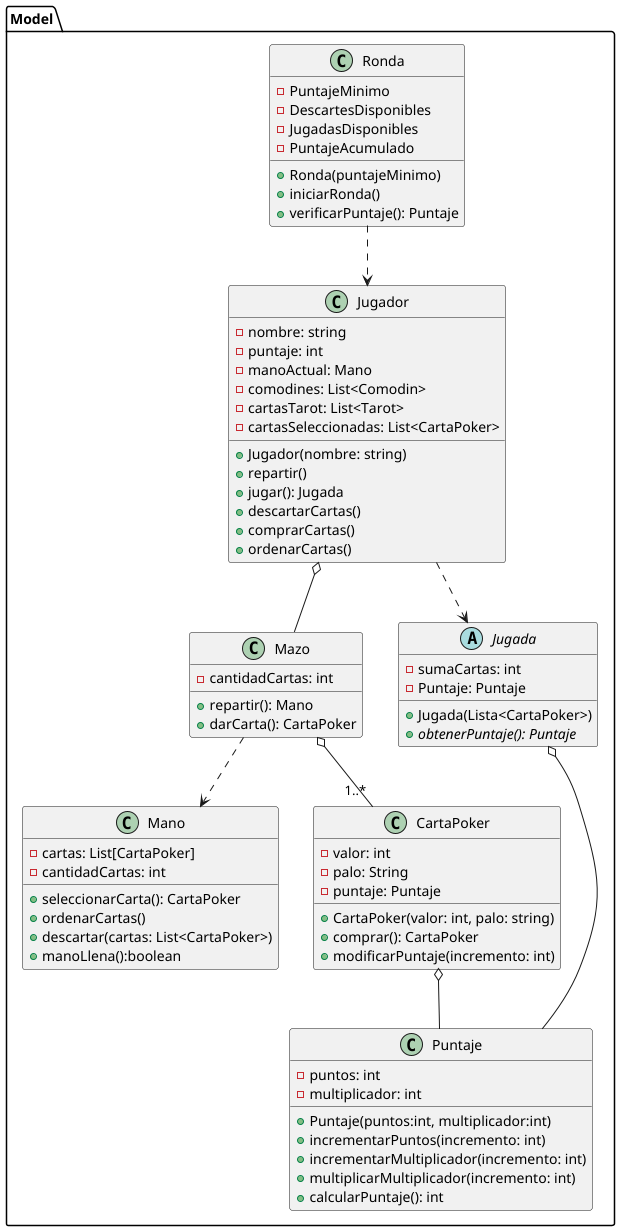
carruizdiaz1109/UBAlatro keeps this PlantUML diagram as diagrams/classes/clasesBalatro2.png. Above is the earlier version.
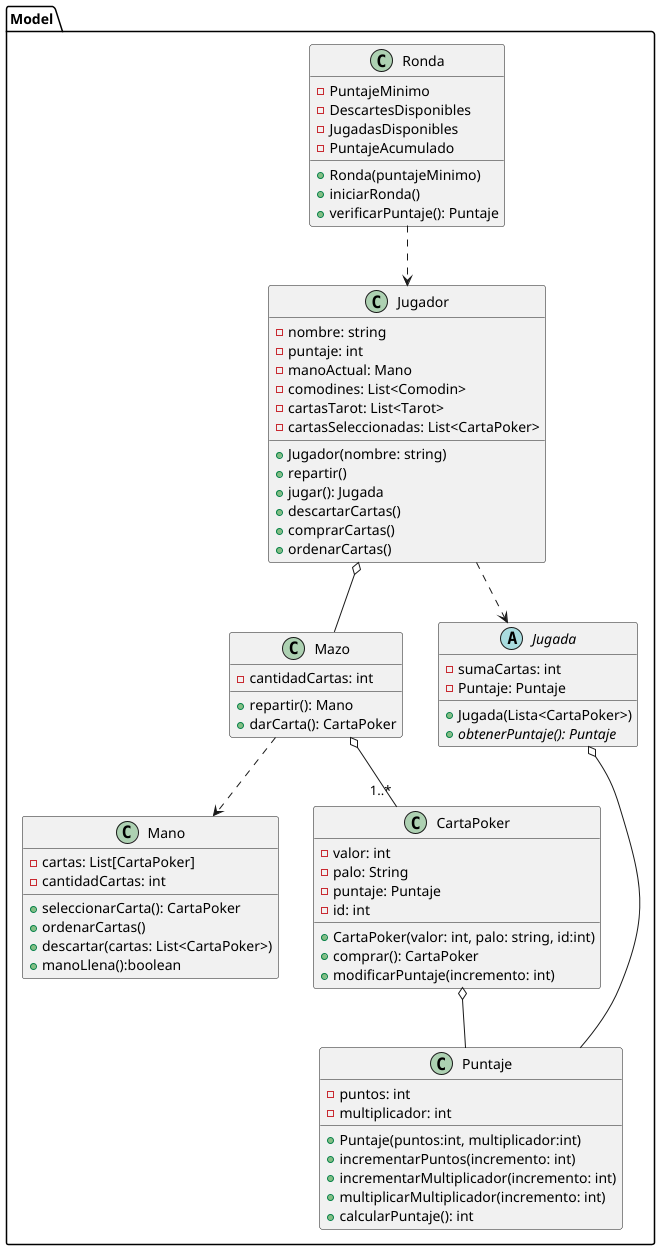
The same diagram one commit later.

Change to the diagram source:
```diff
@@ -47,7 +47,8 @@
     - valor: int
     - palo: String
     - puntaje: Puntaje
-    + CartaPoker(valor: int, palo: string)
+    - id: int
+    + CartaPoker(valor: int, palo: string, id:int)
     + comprar(): CartaPoker
     + modificarPuntaje(incremento: int)
 }
```
